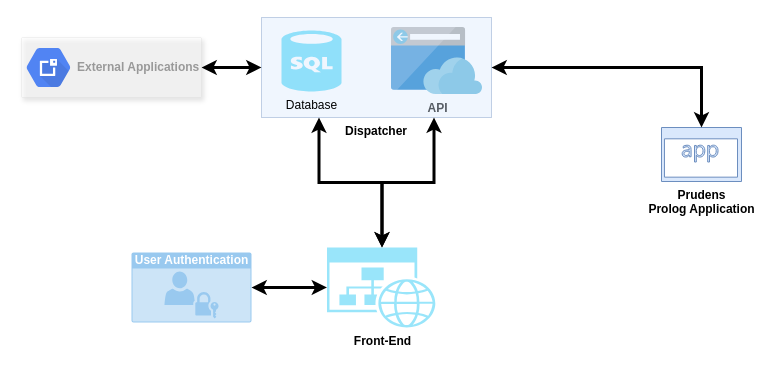
Earlier version of the draw.io diagram PrudensX_architecture.drawio (chrodos/prudensx_diagram). Source tidied: cells renumbered, new cells numbered last; positions are measured from the earlier drawing's top-left corner, leaving out a move shared by most shapes. Both pictures are drawn from the tidied source at 100%, with x=0, y=0 at pixel (21, 17). Pictures stored in the file or linked from it are replaced by grey dashed boxes.
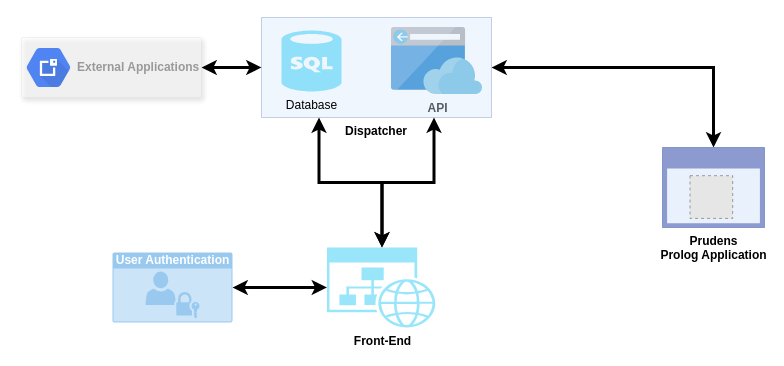
The same page after the edit.

What changed in the source:
```diff
@@
 <mxGraphModel>
   <root>
     <mxCell id="0" />
     <mxCell id="1" parent="0" />
-    <mxCell id="2" value="&lt;div&gt;&lt;b&gt;Prudens&lt;/b&gt;&lt;/div&gt;&lt;div&gt;&lt;b&gt;Prolog Application&lt;br&gt;&lt;/b&gt;&lt;/div&gt;" style="shadow=0;dashed=0;html=1;strokeColor=#6c8ebf;labelPosition=center;verticalLabelPosition=bottom;verticalAlign=top;align=center;shape=mxgraph.mscae.enterprise.application;fillColor=#dae8fc;" parent="1" vertex="1">
-      <mxGeometry x="640" y="110" width="80" height="54" as="geometry" />
-    </mxCell>
-    <mxCell id="3" style="edgeStyle=orthogonalEdgeStyle;rounded=0;jettySize=auto;html=1;startArrow=classic;startFill=1;strokeWidth=3;exitX=1;exitY=0.5;exitDx=0;exitDy=0;" parent="1" edge="1" source="5" target="2">
+    <mxCell id="3" style="edgeStyle=orthogonalEdgeStyle;rounded=0;jettySize=auto;html=1;startArrow=classic;startFill=1;strokeWidth=3;exitX=1;exitY=0.5;exitDx=0;exitDy=0;entryX=0.5;entryY=0;entryDx=0;entryDy=0;entryPerimeter=0;" parent="1" edge="1" source="5" target="2">
       <mxGeometry relative="1" as="geometry" />
     </mxCell>
     <mxCell id="4" value="&lt;b&gt;API&lt;/b&gt;" style="html=1;perimeter=none;align=center;shadow=0;dashed=0;image;fontSize=12;image=img/lib/mscae/App_Service_Frontend.svg;" parent="1" vertex="1">
       <mxGeometry x="370" y="10" width="91" height="67" as="geometry" />
     </mxCell>
     <mxCell id="5" value="&lt;b&gt;Dispatcher&lt;/b&gt;" style="rounded=0;whiteSpace=wrap;html=1;fillColor=#dae8fc;strokeColor=#6c8ebf;opacity=40;labelPosition=center;verticalLabelPosition=bottom;align=center;verticalAlign=top;" parent="1" vertex="1">
       <mxGeometry x="240" width="230" height="100" as="geometry" />
     </mxCell>
     <mxCell id="6" value="Database" style="verticalLabelPosition=bottom;html=1;verticalAlign=top;align=center;strokeColor=none;fillColor=#00BEF2;shape=mxgraph.azure.sql_database;opacity=40;" parent="1" vertex="1">
       <mxGeometry x="260" y="13" width="60" height="61" as="geometry" />
     </mxCell>
     <mxCell id="7" style="edgeStyle=orthogonalEdgeStyle;rounded=0;jettySize=auto;html=1;exitX=0.5;exitY=0;exitDx=0;exitDy=0;exitPerimeter=0;entryX=0.25;entryY=1;entryDx=0;entryDy=0;startArrow=classic;startFill=1;strokeWidth=3;" parent="1" edge="1" source="9" target="5">
       <mxGeometry relative="1" as="geometry" />
     </mxCell>
     <mxCell id="8" style="edgeStyle=orthogonalEdgeStyle;rounded=0;jettySize=auto;html=1;exitX=0.5;exitY=0;exitDx=0;exitDy=0;exitPerimeter=0;entryX=0.75;entryY=1;entryDx=0;entryDy=0;startArrow=classic;startFill=1;strokeWidth=3;" parent="1" edge="1" source="9" target="5">
       <mxGeometry relative="1" as="geometry" />
     </mxCell>
     <mxCell id="9" value="&lt;b&gt;Front-End&lt;/b&gt;" style="verticalLabelPosition=bottom;html=1;verticalAlign=top;align=center;strokeColor=none;fillColor=#00BEF2;shape=mxgraph.azure.website_generic;opacity=40;" parent="1" vertex="1">
       <mxGeometry x="305.5" y="230" width="110" height="80" as="geometry" />
     </mxCell>
     <mxCell id="10" style="edgeStyle=orthogonalEdgeStyle;rounded=0;jettySize=auto;html=1;exitX=1;exitY=0.5;exitDx=0;exitDy=0;exitPerimeter=0;entryX=0;entryY=0.5;entryDx=0;entryDy=0;entryPerimeter=0;startArrow=classic;startFill=1;strokeWidth=3;" parent="1" edge="1" source="11" target="9">
       <mxGeometry relative="1" as="geometry" />
     </mxCell>
     <mxCell id="11" value="&lt;b&gt;User Authentication&lt;/b&gt;" style="html=1;strokeColor=none;fillColor=#0079D6;labelPosition=center;verticalLabelPosition=middle;verticalAlign=top;align=center;fontSize=12;outlineConnect=0;spacingTop=-6;fontColor=#FFFFFF;shape=mxgraph.sitemap.login;opacity=40;" parent="1" vertex="1">
-      <mxGeometry x="110" y="235" width="120" height="70" as="geometry" />
+      <mxGeometry x="91" y="235" width="120" height="70" as="geometry" />
     </mxCell>
     <mxCell id="12" style="edgeStyle=orthogonalEdgeStyle;rounded=0;jettySize=auto;html=1;exitX=1;exitY=0.5;exitDx=0;exitDy=0;entryX=0;entryY=0.5;entryDx=0;entryDy=0;startArrow=classic;startFill=1;strokeWidth=3;" parent="1" edge="1" source="13" target="5">
       <mxGeometry relative="1" as="geometry" />
     </mxCell>
     <mxCell id="13" style="strokeColor=#dddddd;fillColor=#ffffff;shadow=1;strokeWidth=1;rounded=1;absoluteArcSize=1;arcSize=2;opacity=40;" parent="1" vertex="1">
       <mxGeometry y="20" width="180" height="60" as="geometry" />
     </mxCell>
     <mxCell id="14" value="&lt;b&gt;External Applications&lt;/b&gt;" style="dashed=0;html=1;fillColor=#5184F3;strokeColor=none;shape=mxgraph.gcp2.cloud_external_ip_addresses;labelPosition=right;verticalLabelPosition=middle;align=left;verticalAlign=middle;spacingLeft=5;fontColor=#999999;fontSize=12;" parent="13" vertex="1">
       <mxGeometry y="0.5" width="44" height="39" relative="1" as="geometry">
         <mxPoint x="5" y="-19.5" as="offset" />
       </mxGeometry>
     </mxCell>
+    <mxCell id="15" style="group;fillColor=#dae8fc;strokeColor=#6c8ebf;opacity=60;" parent="1" vertex="1">
+      <mxGeometry x="641" y="130" width="102" height="80" as="geometry" />
+    </mxCell>
+    <mxCell id="16" style="fillColor=#E6E6E6;strokeColor=#999999;dashed=1;verticalLabelPosition=bottom;verticalAlign=top;" parent="15" vertex="1">
+      <mxGeometry x="27.5" y="28.2" width="42.7" height="42.7" as="geometry" />
+    </mxCell>
+    <mxCell id="2" value="&lt;div&gt;&lt;b&gt;Prudens&lt;/b&gt;&lt;/div&gt;&lt;div&gt;&lt;b&gt;Prolog Application&lt;br&gt;&lt;/b&gt;&lt;/div&gt;" style="shadow=0;dashed=0;html=1;strokeColor=none;labelPosition=center;verticalLabelPosition=bottom;verticalAlign=top;align=center;shape=mxgraph.mscae.enterprise.application_blank;fillColor=#00188D;opacity=40;" parent="15" vertex="1">
+      <mxGeometry width="102" height="80" as="geometry" />
+    </mxCell>
   </root>
 </mxGraphModel>
```
